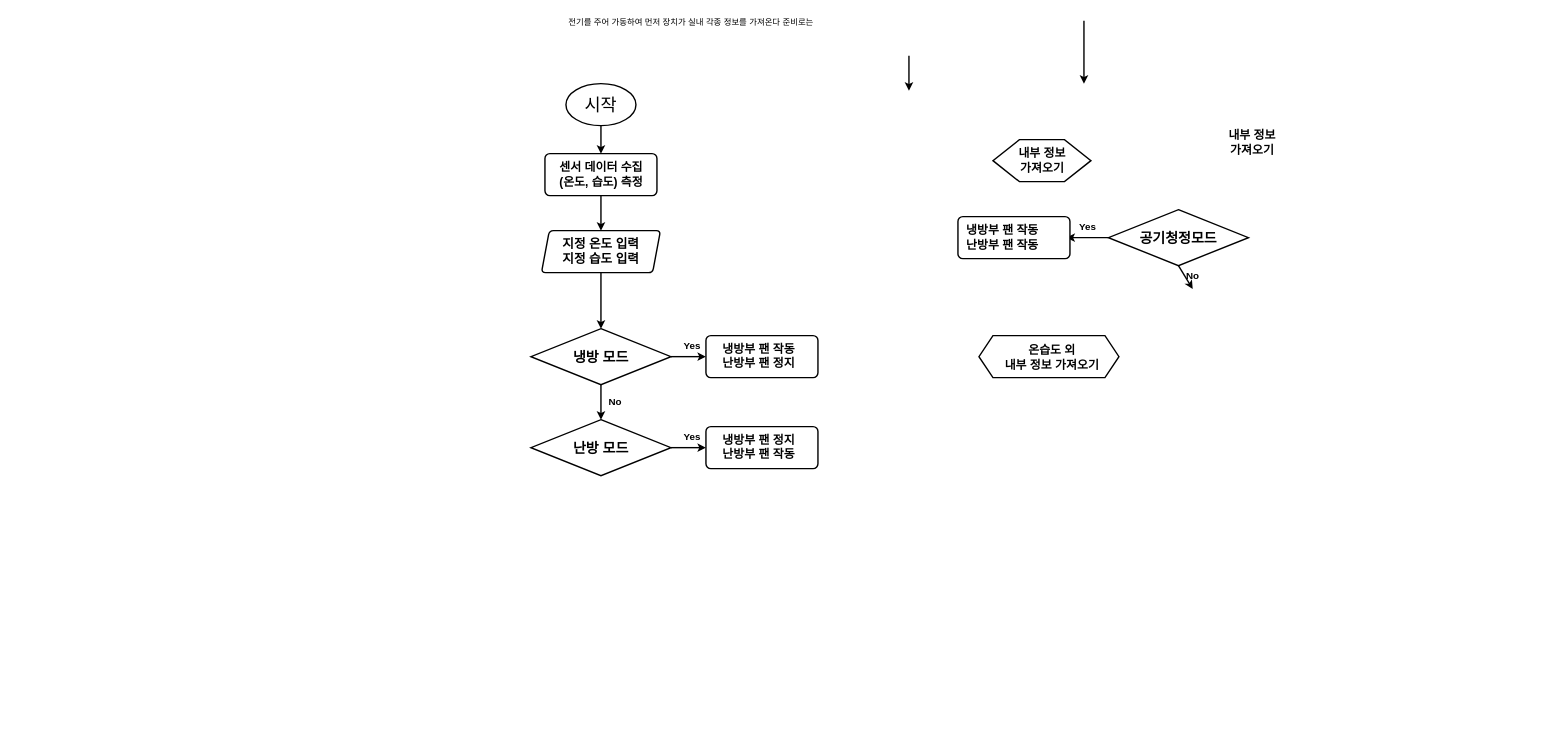
Sun-Rang/AI_- keeps this draw.io diagram as 홈키팜_02.drawio. Above is the earlier version. Source tidied: cells renumbered, new cells numbered last; positions are measured from the earlier drawing's top-left corner, leaving out a move shared by most shapes. Both pictures are drawn from the tidied source at 70%, with x=0, y=0 at pixel (531, 12).
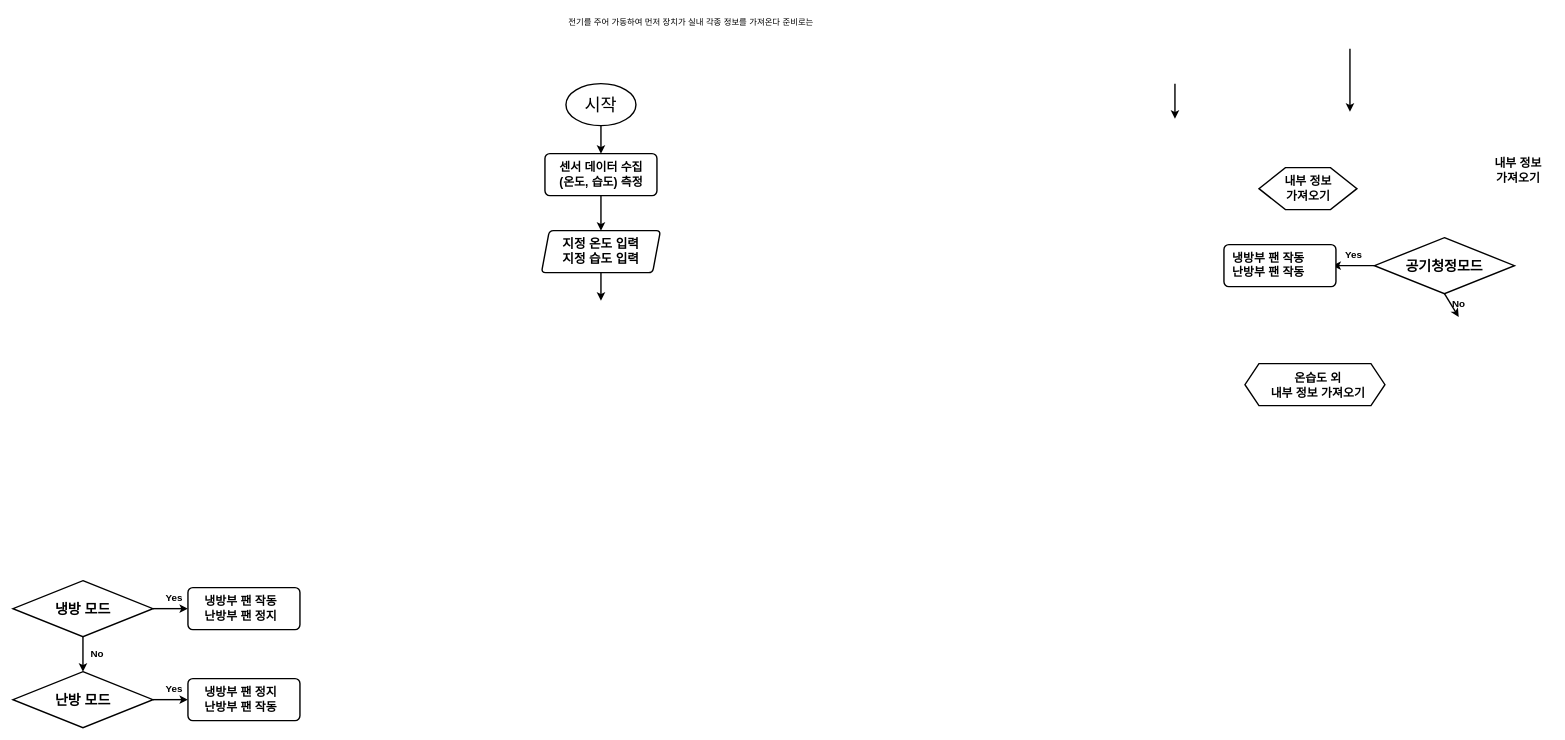
Above is the later version.

Commit message:
홈키팜_02.drawio 업데이트

The change refers to these unchanged cells:
```xml
<mxCell id="34" value="지정 온도 입력&lt;br style=&quot;font-size: 18px;&quot;&gt;지정 습도 입력" style="shape=parallelogram;html=1;strokeWidth=2;perimeter=parallelogramPerimeter;whiteSpace=wrap;rounded=1;arcSize=12;size=0.0661764705882353;fontStyle=1;fontSize=18;" parent="1" vertex="1">
  <mxGeometry x="15" y="312" width="170" height="60" as="geometry" />
</mxCell>
```

The edit, as a diff of the source:
```diff
@@
     <mxCell id="4" value="공기청정모드" style="strokeWidth=2;html=1;shape=mxgraph.flowchart.decision;whiteSpace=wrap;fontSize=20;fontStyle=1;" parent="1" vertex="1">
-      <mxGeometry x="825" y="282" width="200" height="80" as="geometry" />
+      <mxGeometry x="1205" y="322" width="200" height="80" as="geometry" />
     </mxCell>
     <mxCell id="5" style="verticalLabelPosition=bottom;verticalAlign=top;html=1;shape=hexagon;perimeter=hexagonPerimeter2;arcSize=6;size=0.27;strokeWidth=2;" parent="1" vertex="1">
-      <mxGeometry x="660" y="182" width="140" height="60" as="geometry" />
+      <mxGeometry x="1040" y="222" width="140" height="60" as="geometry" />
     </mxCell>
     <mxCell id="6" value="&lt;span style=&quot;font-size: 17px;&quot;&gt;내부 정보&lt;br&gt;가져오기&lt;/span&gt;" style="text;html=1;align=center;verticalAlign=middle;strokeColor=none;fillColor=none;strokeWidth=2;fontStyle=1;" parent="1" vertex="1">
-      <mxGeometry x="680" y="187" width="100" height="50" as="geometry" />
+      <mxGeometry x="1060" y="227" width="100" height="50" as="geometry" />
     </mxCell>
     <mxCell id="7" style="verticalLabelPosition=bottom;verticalAlign=top;html=1;shape=hexagon;perimeter=hexagonPerimeter2;arcSize=6;size=0.1;strokeWidth=2;" parent="1" vertex="1">
-      <mxGeometry x="640" y="462" width="200" height="60" as="geometry" />
+      <mxGeometry x="1020" y="502" width="200" height="60" as="geometry" />
     </mxCell>
     <mxCell id="8" value="&lt;span style=&quot;font-size: 17px;&quot;&gt;내부 정보&lt;br&gt;가져오기&lt;/span&gt;" style="text;html=1;align=center;verticalAlign=middle;strokeColor=none;fillColor=none;strokeWidth=2;fontStyle=1;" parent="1" vertex="1">
-      <mxGeometry x="980" y="162" width="100" height="50" as="geometry" />
+      <mxGeometry x="1360" y="202" width="100" height="50" as="geometry" />
     </mxCell>
@@
     <mxCell id="12" value="&lt;span style=&quot;font-size: 17px;&quot;&gt;온습도 외&lt;br&gt;내부 정보 가져오기&lt;/span&gt;" style="text;html=1;align=center;verticalAlign=middle;strokeColor=none;fillColor=none;strokeWidth=2;fontStyle=1;" parent="1" vertex="1">
-      <mxGeometry x="659" y="469" width="170" height="50" as="geometry" />
+      <mxGeometry x="1039" y="509" width="170" height="50" as="geometry" />
     </mxCell>
@@
     <mxCell id="15" value="No" style="text;html=1;align=center;verticalAlign=middle;points=[];strokeColor=none;fillColor=none;fontSize=14;fontStyle=1;" parent="1" vertex="1">
-      <mxGeometry x="925" y="362" width="40" height="30" as="geometry" />
+      <mxGeometry x="1305" y="402" width="40" height="30" as="geometry" />
     </mxCell>
     <mxCell id="16" style="endArrow=classic;html=1;rounded=0;jumpSize=6;strokeWidth=2;" parent="1" edge="1">
       <mxGeometry relative="1" as="geometry">
-        <mxPoint x="790" y="12" as="sourcePoint" />
-        <mxPoint x="790" y="102" as="targetPoint" />
+        <mxPoint x="1170" y="52" as="sourcePoint" />
+        <mxPoint x="1170" y="142" as="targetPoint" />
       </mxGeometry>
     </mxCell>
     <mxCell id="17" style="endArrow=classic;html=1;rounded=0;jumpSize=6;strokeWidth=2;exitX=0;exitY=0.5;exitDx=0;exitDy=0;exitPerimeter=0;" parent="1" edge="1" source="4">
       <mxGeometry relative="1" as="geometry">
-        <mxPoint x="765" y="322" as="targetPoint" />
+        <mxPoint x="1145" y="362" as="targetPoint" />
       </mxGeometry>
     </mxCell>
     <mxCell id="18" value="Yes" style="text;html=1;align=center;verticalAlign=middle;strokeColor=none;fillColor=none;fontSize=14;fontStyle=1;" parent="1" vertex="1">
-      <mxGeometry x="770" y="292" width="50" height="30" as="geometry" />
+      <mxGeometry x="1150" y="332" width="50" height="30" as="geometry" />
     </mxCell>
     <mxCell id="19" style="rounded=1;whiteSpace=wrap;html=1;absoluteArcSize=1;arcSize=14;strokeWidth=2;" parent="1" vertex="1">
-      <mxGeometry x="610" y="292" width="160" height="60" as="geometry" />
+      <mxGeometry x="990" y="332" width="160" height="60" as="geometry" />
     </mxCell>
     <mxCell id="20" value="&lt;span style=&quot;font-size: 17px;&quot;&gt;냉방부 팬 작동&lt;br&gt;난방부 팬 작동&lt;br&gt;&lt;/span&gt;" style="text;html=1;align=left;verticalAlign=middle;strokeColor=none;fillColor=none;strokeWidth=2;fontStyle=1;" parent="1" vertex="1">
-      <mxGeometry x="620" y="297" width="130" height="50" as="geometry" />
+      <mxGeometry x="1000" y="337" width="130" height="50" as="geometry" />
     </mxCell>
     <mxCell id="21" style="endArrow=classic;html=1;rounded=0;exitX=0.5;exitY=1;exitDx=0;exitDy=0;exitPerimeter=0;jumpSize=6;strokeWidth=2;" parent="1" edge="1">
       <mxGeometry relative="1" as="geometry">
-        <mxPoint x="540" y="62" as="sourcePoint" />
-        <mxPoint x="540" y="112" as="targetPoint" />
+        <mxPoint x="920" y="102" as="sourcePoint" />
+        <mxPoint x="920" y="152" as="targetPoint" />
       </mxGeometry>
     </mxCell>
     <mxCell id="22" value="냉방 모드" style="strokeWidth=2;html=1;shape=mxgraph.flowchart.decision;whiteSpace=wrap;fontSize=20;fontStyle=1;" parent="1" vertex="1">
-      <mxGeometry y="452" width="200" height="80" as="geometry" />
+      <mxGeometry x="-740" y="812" width="200" height="80" as="geometry" />
     </mxCell>
     <mxCell id="23" style="endArrow=classic;html=1;rounded=0;exitX=0.5;exitY=1;exitDx=0;exitDy=0;exitPerimeter=0;jumpSize=6;strokeWidth=2;" parent="1" edge="1">
       <mxGeometry relative="1" as="geometry">
-        <mxPoint x="100" y="532" as="sourcePoint" />
-        <mxPoint x="100" y="582" as="targetPoint" />
+        <mxPoint x="-640" y="892" as="sourcePoint" />
+        <mxPoint x="-640" y="942" as="targetPoint" />
       </mxGeometry>
     </mxCell>
     <mxCell id="24" value="No" style="text;html=1;align=center;verticalAlign=middle;strokeColor=none;fillColor=none;fontSize=14;fontStyle=1;" parent="1" vertex="1">
-      <mxGeometry x="100" y="542" width="40" height="30" as="geometry" />
+      <mxGeometry x="-640" y="902" width="40" height="30" as="geometry" />
     </mxCell>
     <mxCell id="25" value="난방 모드" style="strokeWidth=2;html=1;shape=mxgraph.flowchart.decision;whiteSpace=wrap;fontSize=20;fontStyle=1;" parent="1" vertex="1">
-      <mxGeometry y="582" width="200" height="80" as="geometry" />
+      <mxGeometry x="-740" y="942" width="200" height="80" as="geometry" />
     </mxCell>
@@
     <mxCell id="27" value="Yes" style="text;html=1;align=center;verticalAlign=middle;strokeColor=none;fillColor=none;fontSize=14;fontStyle=1;" parent="1" vertex="1">
-      <mxGeometry x="205" y="462" width="50" height="30" as="geometry" />
+      <mxGeometry x="-535" y="822" width="50" height="30" as="geometry" />
     </mxCell>
     <mxCell id="28" style="rounded=1;whiteSpace=wrap;html=1;absoluteArcSize=1;arcSize=14;strokeWidth=2;" parent="1" vertex="1">
-      <mxGeometry x="250" y="462" width="160" height="60" as="geometry" />
+      <mxGeometry x="-490" y="822" width="160" height="60" as="geometry" />
     </mxCell>
     <mxCell id="29" value="&lt;span style=&quot;font-size: 17px;&quot;&gt;냉방부 팬 작동&lt;br&gt;난방부 팬 정지&lt;br&gt;&lt;/span&gt;" style="text;html=1;align=center;verticalAlign=middle;strokeColor=none;fillColor=none;strokeWidth=2;fontStyle=1;" parent="1" vertex="1">
-      <mxGeometry x="260" y="467" width="130" height="50" as="geometry" />
+      <mxGeometry x="-480" y="827" width="130" height="50" as="geometry" />
     </mxCell>
@@
     <mxCell id="31" value="Yes" style="text;html=1;align=center;verticalAlign=middle;strokeColor=none;fillColor=none;fontSize=14;fontStyle=1;" parent="1" vertex="1">
-      <mxGeometry x="205" y="592" width="50" height="30" as="geometry" />
+      <mxGeometry x="-535" y="952" width="50" height="30" as="geometry" />
     </mxCell>
     <mxCell id="32" style="rounded=1;whiteSpace=wrap;html=1;absoluteArcSize=1;arcSize=14;strokeWidth=2;" parent="1" vertex="1">
-      <mxGeometry x="250" y="592" width="160" height="60" as="geometry" />
+      <mxGeometry x="-490" y="952" width="160" height="60" as="geometry" />
     </mxCell>
     <mxCell id="33" value="&lt;span style=&quot;font-size: 17px;&quot;&gt;냉방부 팬 정지&lt;br&gt;난방부 팬 작동&lt;br&gt;&lt;/span&gt;" style="text;html=1;align=center;verticalAlign=middle;strokeColor=none;fillColor=none;strokeWidth=2;fontStyle=1;" parent="1" vertex="1">
-      <mxGeometry x="260" y="597" width="130" height="50" as="geometry" />
+      <mxGeometry x="-480" y="957" width="130" height="50" as="geometry" />
     </mxCell>
@@
-    <mxCell id="35" style="endArrow=classic;html=1;rounded=0;exitX=0.5;exitY=1;exitDx=0;exitDy=0;strokeWidth=2;entryX=0.5;entryY=0;entryDx=0;entryDy=0;entryPerimeter=0;" parent="1" edge="1" source="34" target="22">
-      <mxGeometry relative="1" as="geometry" />
+    <mxCell id="35" style="endArrow=classic;html=1;rounded=0;exitX=0.5;exitY=1;exitDx=0;exitDy=0;strokeWidth=2;" parent="1" edge="1" source="34">
+      <mxGeometry relative="1" as="geometry">
+        <mxPoint x="100" y="412" as="targetPoint" />
+      </mxGeometry>
     </mxCell>
```
